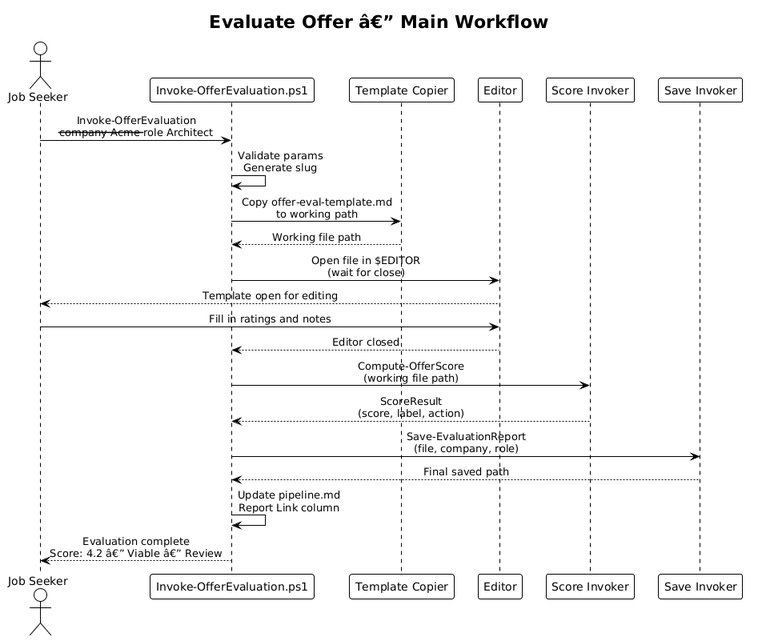
Before: docs/detailed-designs/04-offer-evaluation/diagrams/sequence_evaluate_offer.png, a diagram exported from PlantUML (QuinntyneBrown/Orbit). Its diagram source:
```plantuml
@startuml
!theme plain
skinparam sequenceMessageAlign center

title Evaluate Offer â€” Main Workflow

actor "Job Seeker" as user
participant "Invoke-OfferEvaluation.ps1" as script
participant "Template Copier" as copier
participant "Editor" as editor
participant "Score Invoker" as scorer
participant "Save Invoker" as saver

user -> script : Invoke-OfferEvaluation\n--company Acme --role Architect
script -> script : Validate params\nGenerate slug
script -> copier : Copy offer-eval-template.md\nto working path
copier --> script : Working file path
script -> editor : Open file in $EDITOR\n(wait for close)
editor --> user : Template open for editing
user -> editor : Fill in ratings and notes
editor --> script : Editor closed
script -> scorer : Compute-OfferScore\n(working file path)
scorer --> script : ScoreResult\n(score, label, action)
script -> saver : Save-EvaluationReport\n(file, company, role)
saver --> script : Final saved path
script -> script : Update pipeline.md\nReport Link column
script --> user : Evaluation complete\nScore: 4.2 â€” Viable â€” Review
@enduml
```
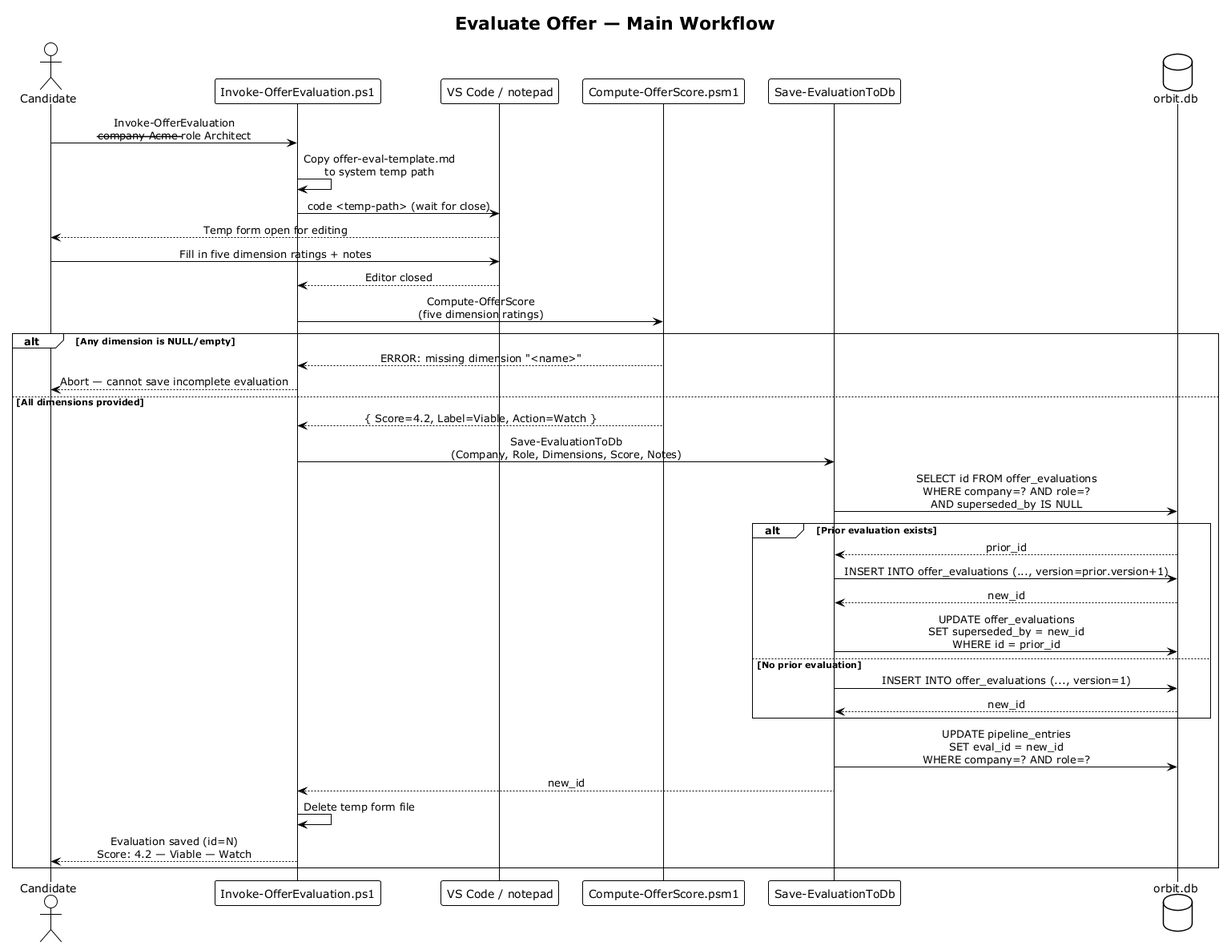
Above is the later version.

Diff of the diagram source:
```diff
@@ -1,28 +1,46 @@
-@startuml
+@startuml sequence_evaluate_offer
 !theme plain
 skinparam sequenceMessageAlign center
 
-title Evaluate Offer â€” Main Workflow
+title Evaluate Offer — Main Workflow
 
-actor "Job Seeker" as user
+actor Candidate
 participant "Invoke-OfferEvaluation.ps1" as script
-participant "Template Copier" as copier
-participant "Editor" as editor
-participant "Score Invoker" as scorer
-participant "Save Invoker" as saver
+participant "VS Code / notepad" as editor
+participant "Compute-OfferScore.psm1" as scorer
+participant "Save-EvaluationToDb" as saver
+database "orbit.db" as DB
 
-user -> script : Invoke-OfferEvaluation\n--company Acme --role Architect
-script -> script : Validate params\nGenerate slug
-script -> copier : Copy offer-eval-template.md\nto working path
-copier --> script : Working file path
-script -> editor : Open file in $EDITOR\n(wait for close)
-editor --> user : Template open for editing
-user -> editor : Fill in ratings and notes
+Candidate -> script : Invoke-OfferEvaluation\n--company Acme --role Architect
+script -> script : Copy offer-eval-template.md\nto system temp path
+script -> editor : code <temp-path> (wait for close)
+editor --> Candidate : Temp form open for editing
+Candidate -> editor : Fill in five dimension ratings + notes
 editor --> script : Editor closed
-script -> scorer : Compute-OfferScore\n(working file path)
-scorer --> script : ScoreResult\n(score, label, action)
-script -> saver : Save-EvaluationReport\n(file, company, role)
-saver --> script : Final saved path
-script -> script : Update pipeline.md\nReport Link column
-script --> user : Evaluation complete\nScore: 4.2 â€” Viable â€” Review
+
+script -> scorer : Compute-OfferScore\n(five dimension ratings)
+alt Any dimension is NULL/empty
+    scorer --> script : ERROR: missing dimension "<name>"
+    script --> Candidate : Abort — cannot save incomplete evaluation
+else All dimensions provided
+    scorer --> script : { Score=4.2, Label=Viable, Action=Watch }
+
+    script -> saver : Save-EvaluationToDb\n(Company, Role, Dimensions, Score, Notes)
+    saver -> DB : SELECT id FROM offer_evaluations\nWHERE company=? AND role=?\nAND superseded_by IS NULL
+    alt Prior evaluation exists
+        DB --> saver : prior_id
+        saver -> DB : INSERT INTO offer_evaluations (..., version=prior.version+1)
+        DB --> saver : new_id
+        saver -> DB : UPDATE offer_evaluations\nSET superseded_by = new_id\nWHERE id = prior_id
+    else No prior evaluation
+        saver -> DB : INSERT INTO offer_evaluations (..., version=1)
+        DB --> saver : new_id
+    end
+    saver -> DB : UPDATE pipeline_entries\nSET eval_id = new_id\nWHERE company=? AND role=?
+    saver --> script : new_id
+
+    script -> script : Delete temp form file
+    script --> Candidate : Evaluation saved (id=N)\nScore: 4.2 — Viable — Watch
+end
+
 @enduml
```
